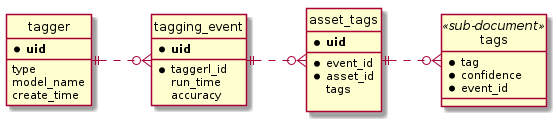
The PlantUML diagram docs/images/model.png in als-computing/splash-ml, before a commit.
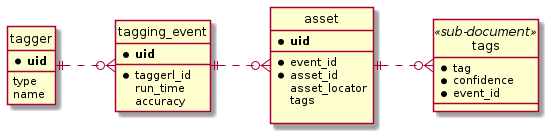
After the commit.

The edit, as a diff of the source:
```diff
@@ -9,8 +9,7 @@
     * **uid**
     __
     type
-    model_name
-    create_time
+    name
 }
 
 entity tagging_event{
@@ -21,11 +20,12 @@
     accuracy
 }
 
-entity asset_tags{
+entity asset{
     * **uid**
     ___
     * event_id
     * asset_id
+    asset_locator
     tags
 
 }
@@ -38,6 +38,6 @@
 
 
 tagger ||..o{ tagging_event
-tagging_event ||..o{ asset_tags
-asset_tags ||..o{ tags
+tagging_event ||..o{ asset
+asset ||..o{ tags
 @enduml
```
